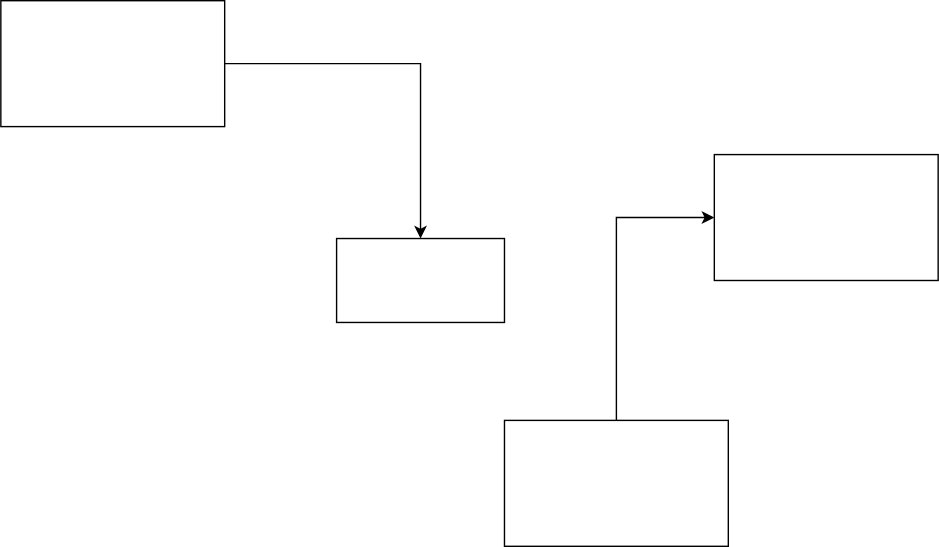
Above: Untitled Diagram.drawio.svg in koshirohashimoto/udacity_cpp_nanodegree (draw.io), before the change. Source tidied: cells renumbered, new cells last; positions are measured from the earlier drawing's top-left corner, leaving out a move shared by most shapes.
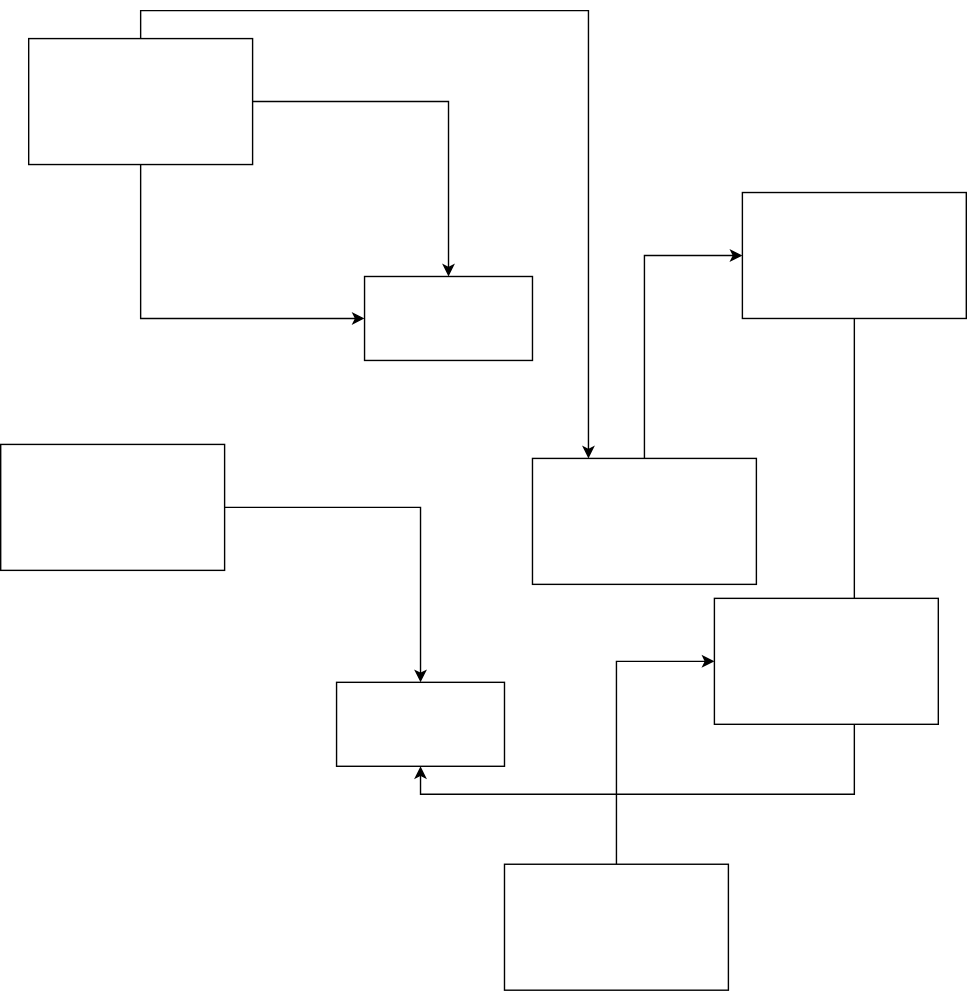
Later version of the same file.

The edit, as a diff of the source:
```diff
@@ -5,12 +5,21 @@
     <mxCell id="2" style="edgeStyle=orthogonalEdgeStyle;rounded=0;jettySize=auto;html=1;exitX=1;exitY=0.5;exitDx=0;exitDy=0;entryX=0.5;entryY=0;entryDx=0;entryDy=0;" parent="1" edge="1" source="3" target="4">
       <mxGeometry relative="1" as="geometry" />
     </mxCell>
+    <mxCell id="8" style="edgeStyle=orthogonalEdgeStyle;rounded=0;jettySize=auto;html=1;exitX=0.5;exitY=1;exitDx=0;exitDy=0;entryX=0;entryY=0.5;entryDx=0;entryDy=0;" parent="1" edge="1" source="3" target="4">
+      <mxGeometry relative="1" as="geometry" />
+    </mxCell>
+    <mxCell id="9" style="edgeStyle=orthogonalEdgeStyle;rounded=0;jettySize=auto;html=1;exitX=0.5;exitY=0;exitDx=0;exitDy=0;entryX=0.25;entryY=0;entryDx=0;entryDy=0;" parent="1" edge="1" source="3" target="7">
+      <mxGeometry relative="1" as="geometry" />
+    </mxCell>
     <mxCell id="3" style="rounded=0;whiteSpace=wrap;html=1;" parent="1" vertex="1">
       <mxGeometry width="160" height="90" as="geometry" />
     </mxCell>
     <mxCell id="4" style="whiteSpace=wrap;html=1;" parent="1" vertex="1">
       <mxGeometry x="240" y="170" width="120" height="60" as="geometry" />
     </mxCell>
+    <mxCell id="10" style="edgeStyle=orthogonalEdgeStyle;rounded=0;jettySize=auto;html=1;exitX=0.5;exitY=1;exitDx=0;exitDy=0;entryX=0.5;entryY=1;entryDx=0;entryDy=0;" parent="1" edge="1" source="5" target="13">
+      <mxGeometry relative="1" as="geometry" />
+    </mxCell>
     <mxCell id="5" style="rounded=0;whiteSpace=wrap;html=1;" parent="1" vertex="1">
       <mxGeometry x="510" y="110" width="160" height="90" as="geometry" />
     </mxCell>
@@ -20,5 +29,23 @@
     <mxCell id="7" style="rounded=0;whiteSpace=wrap;html=1;" parent="1" vertex="1">
       <mxGeometry x="360" y="300" width="160" height="90" as="geometry" />
     </mxCell>
+    <mxCell id="11" style="edgeStyle=orthogonalEdgeStyle;rounded=0;jettySize=auto;html=1;exitX=1;exitY=0.5;exitDx=0;exitDy=0;entryX=0.5;entryY=0;entryDx=0;entryDy=0;" parent="1" edge="1" source="12" target="13">
+      <mxGeometry relative="1" as="geometry" />
+    </mxCell>
+    <mxCell id="12" style="rounded=0;whiteSpace=wrap;html=1;" parent="1" vertex="1">
+      <mxGeometry x="-20" y="290" width="160" height="90" as="geometry" />
+    </mxCell>
+    <mxCell id="13" style="whiteSpace=wrap;html=1;" parent="1" vertex="1">
+      <mxGeometry x="220" y="460" width="120" height="60" as="geometry" />
+    </mxCell>
+    <mxCell id="14" style="rounded=0;whiteSpace=wrap;html=1;" parent="1" vertex="1">
+      <mxGeometry x="490" y="400" width="160" height="90" as="geometry" />
+    </mxCell>
+    <mxCell id="15" style="edgeStyle=orthogonalEdgeStyle;rounded=0;jettySize=auto;html=1;exitX=0.5;exitY=0;exitDx=0;exitDy=0;entryX=0;entryY=0.5;entryDx=0;entryDy=0;" parent="1" edge="1" source="16" target="14">
+      <mxGeometry relative="1" as="geometry" />
+    </mxCell>
+    <mxCell id="16" style="rounded=0;whiteSpace=wrap;html=1;" parent="1" vertex="1">
+      <mxGeometry x="340" y="590" width="160" height="90" as="geometry" />
+    </mxCell>
   </root>
 </mxGraphModel>
```
